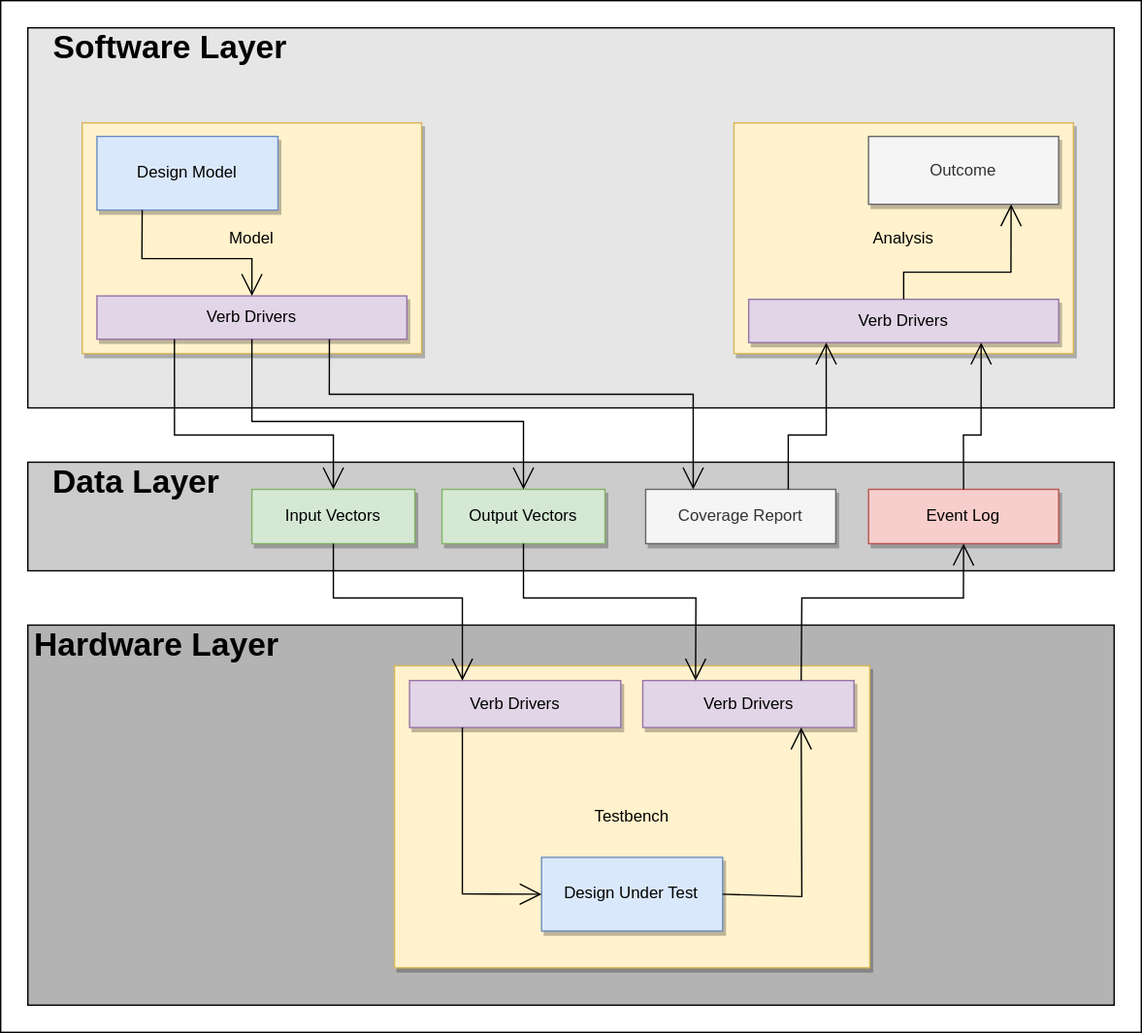
Before: docs/src/images/system.svg, a diagram exported from draw.io (chaseruskin/verb). Source tidied: cells renumbered, new cells last; positions are measured from the earlier drawing's top-left corner, leaving out a move shared by most shapes.
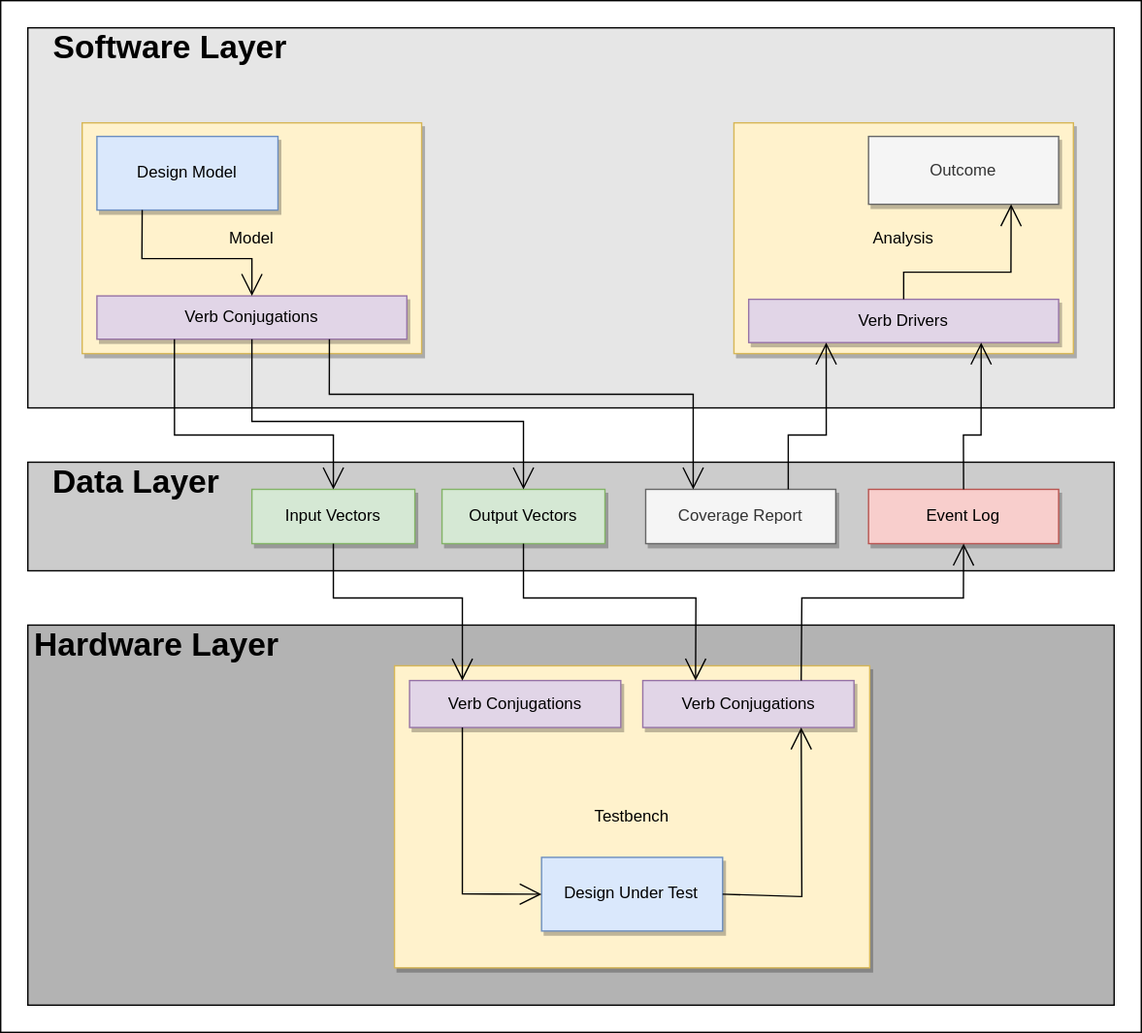
Later version of the same file.

Diff of the diagram source:
```diff
@@ -20,7 +20,7 @@
     <mxCell id="7" value="Model" style="rounded=0;whiteSpace=wrap;html=1;shadow=1;fillColor=#fff2cc;strokeColor=#d6b656;" parent="6" vertex="1">
       <mxGeometry width="250" height="170" as="geometry" />
     </mxCell>
-    <mxCell id="8" value="Verb&amp;nbsp;Drivers" style="rounded=0;whiteSpace=wrap;html=1;shadow=1;fillColor=#e1d5e7;strokeColor=#9673a6;" parent="6" vertex="1">
+    <mxCell id="8" value="Verb Conjugations" style="rounded=0;whiteSpace=wrap;html=1;shadow=1;fillColor=#e1d5e7;strokeColor=#9673a6;" parent="6" vertex="1">
       <mxGeometry x="10.9" y="127.5" width="228.3" height="31.9" as="geometry" />
     </mxCell>
     <mxCell id="9" value="Design Model" style="rounded=0;whiteSpace=wrap;html=1;shadow=1;fillColor=#dae8fc;strokeColor=#6c8ebf;" parent="6" vertex="1">
@@ -87,10 +87,10 @@
     <mxCell id="26" value="Testbench" style="rounded=0;whiteSpace=wrap;html=1;shadow=1;fillColor=#fff2cc;strokeColor=#d6b656;" parent="25" vertex="1">
       <mxGeometry width="350" height="222.5" as="geometry" />
     </mxCell>
-    <mxCell id="27" value="Verb&amp;nbsp;Drivers" style="rounded=0;whiteSpace=wrap;html=1;shadow=1;fillColor=#e1d5e7;strokeColor=#9673a6;" parent="25" vertex="1">
+    <mxCell id="27" value="Verb Conjugations" style="rounded=0;whiteSpace=wrap;html=1;shadow=1;fillColor=#e1d5e7;strokeColor=#9673a6;" parent="25" vertex="1">
       <mxGeometry x="11.1" y="10.9" width="155.6" height="34.6" as="geometry" />
     </mxCell>
-    <mxCell id="28" value="Verb&amp;nbsp;Drivers" style="rounded=0;whiteSpace=wrap;html=1;shadow=1;fillColor=#e1d5e7;strokeColor=#9673a6;" parent="25" vertex="1">
+    <mxCell id="28" value="Verb Conjugations" style="rounded=0;whiteSpace=wrap;html=1;shadow=1;fillColor=#e1d5e7;strokeColor=#9673a6;" parent="25" vertex="1">
       <mxGeometry x="182.9" y="10.9" width="155.6" height="34.6" as="geometry" />
     </mxCell>
     <mxCell id="29" value="Design Under Test" style="rounded=0;whiteSpace=wrap;html=1;shadow=1;fillColor=#dae8fc;strokeColor=#6c8ebf;" parent="25" vertex="1">
```
